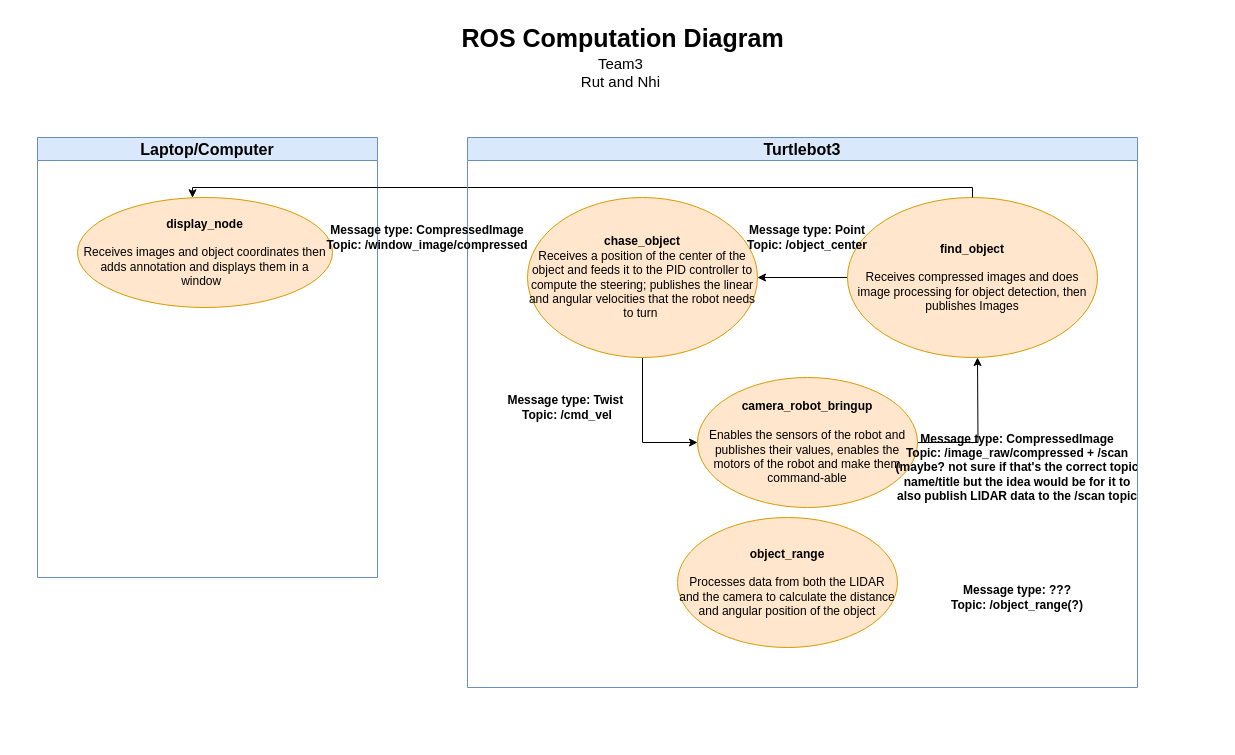
Before: Untitled Diagram.drawio in NhiNguyencmt8/RoboResearch, a draw.io diagram. Source tidied: cells renumbered, new cells numbered last; positions are measured from the earlier drawing's top-left corner, leaving out a move shared by most shapes. Both pictures are drawn from the tidied source at 100%, with x=0, y=0 at pixel (37, 17).
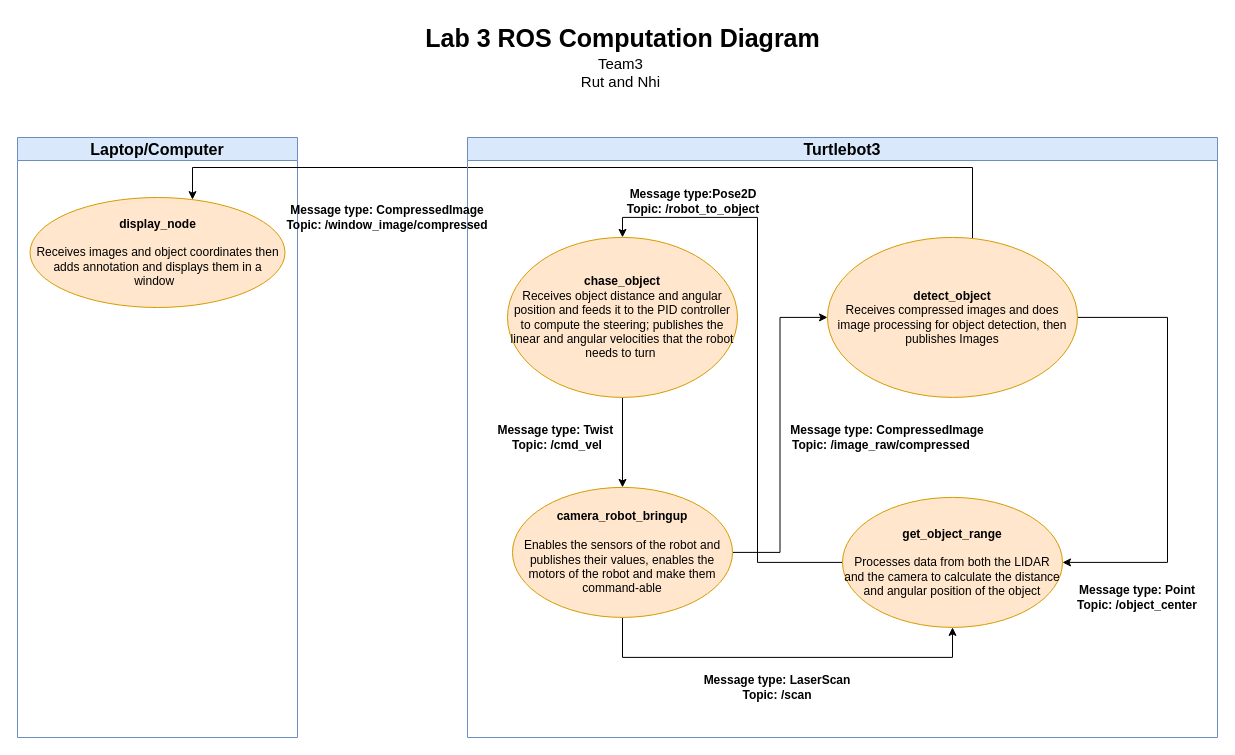
The same page after the edit.

Diff of the diagram source:
```diff
@@
     <mxCell id="2" value="Laptop/Computer" style="swimlane;whiteSpace=wrap;html=1;fillColor=#dae8fc;strokeColor=#6c8ebf;fontSize=16;" parent="1" vertex="1">
-      <mxGeometry y="120" width="340" height="440" as="geometry" />
+      <mxGeometry x="-20" y="120" width="280" height="600" as="geometry" />
     </mxCell>
     <mxCell id="3" value="&lt;div&gt;&lt;b&gt;display_node&lt;/b&gt;&lt;/div&gt;&lt;div&gt;&lt;b&gt;&lt;br&gt;&lt;/b&gt;&lt;/div&gt;&lt;div&gt;Receives images and object coordinates then adds annotation and displays them in a window&amp;nbsp;&amp;nbsp;&lt;/div&gt;" style="ellipse;whiteSpace=wrap;html=1;fillColor=#ffe6cc;strokeColor=#d79b00;" parent="2" vertex="1">
-      <mxGeometry x="40" y="60" width="255" height="110" as="geometry" />
+      <mxGeometry x="12.5" y="60" width="255" height="110" as="geometry" />
     </mxCell>
-    <mxCell id="4" style="group;" parent="1" vertex="1">
-      <mxGeometry x="450" y="170" width="650" height="320" as="geometry" />
-    </mxCell>
+    <mxCell id="14" style="edgeStyle=orthogonalEdgeStyle;rounded=0;jettySize=auto;html=1;" parent="1" edge="1" source="10" target="3">
+      <mxGeometry relative="1" as="geometry">
+        <Array as="points">
+          <mxPoint x="935" y="150" />
+          <mxPoint x="155" y="150" />
+        </Array>
+      </mxGeometry>
+    </mxCell>
+    <mxCell id="15" value="Turtlebot3" style="swimlane;whiteSpace=wrap;html=1;fillColor=#dae8fc;strokeColor=#6c8ebf;fontSize=16;" parent="1" vertex="1">
+      <mxGeometry x="430" y="120" width="750" height="600" as="geometry" />
+    </mxCell>
+    <mxCell id="21" style="edgeStyle=orthogonalEdgeStyle;rounded=0;jettySize=auto;html=1;entryX=0.5;entryY=0;entryDx=0;entryDy=0;" parent="15" edge="1" source="16" target="6">
+      <mxGeometry relative="1" as="geometry">
+        <Array as="points">
+          <mxPoint x="290" y="424.9" />
+          <mxPoint x="290" y="79.9" />
+          <mxPoint x="155" y="79.9" />
+        </Array>
+      </mxGeometry>
+    </mxCell>
+    <mxCell id="16" value="&lt;div&gt;&lt;b&gt;get_object_range&lt;/b&gt;&lt;br&gt;&lt;/div&gt;&lt;div&gt;&lt;b&gt;&lt;br&gt;&lt;/b&gt;&lt;/div&gt;&lt;div&gt; Processes data from both the LIDAR and the camera to calculate the distance and angular position of the object&lt;/div&gt;" style="ellipse;whiteSpace=wrap;html=1;fillColor=#ffe6cc;strokeColor=#d79b00;" parent="15" vertex="1">
+      <mxGeometry x="375" y="359.9" width="220" height="130" as="geometry" />
+    </mxCell>
+    <mxCell id="22" style="edgeStyle=orthogonalEdgeStyle;rounded=0;jettySize=auto;html=1;entryX=1;entryY=0.5;entryDx=0;entryDy=0;" parent="15" edge="1" source="10" target="16">
+      <mxGeometry relative="1" as="geometry">
+        <Array as="points">
+          <mxPoint x="700" y="179.9" />
+          <mxPoint x="700" y="424.9" />
+        </Array>
+      </mxGeometry>
+    </mxCell>
+    <mxCell id="12" value="Message type: Point&lt;div style=&quot;font-size: 12px;&quot;&gt;Topic: /object_center&lt;/div&gt;" style="text;html=1;align=center;verticalAlign=middle;whiteSpace=wrap;rounded=0;fontStyle=1;fontSize=12;" parent="15" vertex="1">
+      <mxGeometry x="590" y="429.9" width="160" height="60" as="geometry" />
+    </mxCell>
-    <mxCell id="5" style="edgeStyle=orthogonalEdgeStyle;rounded=0;jettySize=auto;html=1;entryX=0;entryY=0.5;entryDx=0;entryDy=0;" parent="4" edge="1" source="6" target="8">
+    <mxCell id="5" style="edgeStyle=orthogonalEdgeStyle;rounded=0;jettySize=auto;html=1;entryX=0.5;entryY=0;entryDx=0;entryDy=0;" parent="15" edge="1" source="6" target="8">
       <mxGeometry relative="1" as="geometry" />
     </mxCell>
-    <mxCell id="6" value="&lt;div&gt;&lt;b&gt;chase_object&lt;/b&gt;&lt;/div&gt;&lt;div&gt;Receives a position of the center of the object and feeds it to the PID controller to compute the steering; publishes the linear and angular velocities that the robot needs to turn&lt;span style=&quot;background-color: initial;&quot;&gt;&amp;nbsp;&lt;/span&gt;&lt;/div&gt;" style="ellipse;whiteSpace=wrap;html=1;fillColor=#ffe6cc;strokeColor=#d79b00;" parent="4" vertex="1">
-      <mxGeometry x="40" y="10" width="230" height="160" as="geometry" />
+    <mxCell id="6" value="&lt;div&gt;&lt;b&gt;chase_object&lt;/b&gt;&lt;/div&gt;&lt;div&gt;Receives object distance and angular position and feeds it to the PID controller to compute the steering; publishes the linear and angular velocities that the robot needs to turn&lt;span style=&quot;background-color: initial;&quot;&gt;&amp;nbsp;&lt;/span&gt;&lt;/div&gt;" style="ellipse;whiteSpace=wrap;html=1;fillColor=#ffe6cc;strokeColor=#d79b00;" parent="15" vertex="1">
+      <mxGeometry x="40" y="99.9" width="230" height="160" as="geometry" />
     </mxCell>
-    <mxCell id="7" style="edgeStyle=orthogonalEdgeStyle;rounded=0;jettySize=auto;html=1;" parent="4" edge="1" source="8">
-      <mxGeometry relative="1" as="geometry">
-        <mxPoint x="490" y="170" as="targetPoint" />
-      </mxGeometry>
-    </mxCell>
+    <mxCell id="23" style="edgeStyle=orthogonalEdgeStyle;rounded=0;jettySize=auto;html=1;entryX=0;entryY=0.5;entryDx=0;entryDy=0;" parent="15" edge="1" source="8" target="10">
+      <mxGeometry relative="1" as="geometry" />
+    </mxCell>
+    <mxCell id="24" style="edgeStyle=orthogonalEdgeStyle;rounded=0;jettySize=auto;html=1;entryX=0.5;entryY=1;entryDx=0;entryDy=0;" parent="15" edge="1" source="8" target="16">
+      <mxGeometry relative="1" as="geometry">
+        <Array as="points">
+          <mxPoint x="155" y="519.9" />
+          <mxPoint x="485" y="519.9" />
+        </Array>
+      </mxGeometry>
+    </mxCell>
-    <mxCell id="8" value="&lt;b&gt;camera_robot_bringup&lt;/b&gt;&lt;div&gt;&lt;br&gt;&lt;/div&gt;&lt;div&gt;Enables the sensors of the robot and publishes their values, enables the motors of the robot and make them command-able&lt;/div&gt;" style="ellipse;whiteSpace=wrap;html=1;fillColor=#ffe6cc;strokeColor=#d79b00;" parent="4" vertex="1">
-      <mxGeometry x="210" y="190" width="220" height="130" as="geometry" />
+    <mxCell id="8" value="&lt;b&gt;camera_robot_bringup&lt;/b&gt;&lt;div&gt;&lt;br&gt;&lt;/div&gt;&lt;div&gt;Enables the sensors of the robot and publishes their values, enables the motors of the robot and make them command-able&lt;/div&gt;" style="ellipse;whiteSpace=wrap;html=1;fillColor=#ffe6cc;strokeColor=#d79b00;" parent="15" vertex="1">
+      <mxGeometry x="45" y="349.9" width="220" height="130" as="geometry" />
     </mxCell>
-    <mxCell id="9" style="edgeStyle=orthogonalEdgeStyle;rounded=0;jettySize=auto;html=1;entryX=1;entryY=0.5;entryDx=0;entryDy=0;" parent="4" edge="1" source="10" target="6">
-      <mxGeometry relative="1" as="geometry" />
-    </mxCell>
-    <mxCell id="10" value="&lt;div&gt;&lt;b&gt;find_object&lt;/b&gt;&lt;/div&gt;&lt;div&gt;&lt;b&gt;&lt;br&gt;&lt;/b&gt;&lt;div&gt;Receives compressed images and does image processing for object detection, then publishes Images&lt;/div&gt;&lt;/div&gt;" style="ellipse;whiteSpace=wrap;html=1;fillColor=#ffe6cc;strokeColor=#d79b00;" parent="4" vertex="1">
-      <mxGeometry x="360" y="10" width="250" height="160" as="geometry" />
+    <mxCell id="10" value="&lt;div&gt;&lt;b&gt;detect_object&lt;/b&gt;&lt;/div&gt;&lt;div&gt;&lt;div&gt;Receives compressed images and does image processing for object detection, then publishes Images&lt;/div&gt;&lt;/div&gt;" style="ellipse;whiteSpace=wrap;html=1;fillColor=#ffe6cc;strokeColor=#d79b00;" parent="15" vertex="1">
+      <mxGeometry x="360" y="99.9" width="250" height="160" as="geometry" />
     </mxCell>
-    <mxCell id="11" value="&lt;font style=&quot;font-size: 12px;&quot;&gt;Message type: CompressedImage&lt;/font&gt;&lt;div style=&quot;font-size: 12px;&quot;&gt;&lt;font style=&quot;font-size: 12px;&quot;&gt;Topic: /image_raw/compressed + /scan (maybe? not sure if that's the correct topic name/title but the idea would be for it to also&amp;nbsp;publish LIDAR data to the /scan topic&lt;/font&gt;&lt;/div&gt;" style="text;html=1;align=center;verticalAlign=middle;whiteSpace=wrap;rounded=0;fontStyle=1;fontSize=11;spacing=-8;" parent="4" vertex="1">
-      <mxGeometry x="410" y="250" width="240" height="60" as="geometry" />
+    <mxCell id="11" value="&lt;font style=&quot;font-size: 12px;&quot;&gt;Message type: CompressedImage&lt;/font&gt;&lt;div style=&quot;font-size: 12px;&quot;&gt;&lt;font style=&quot;font-size: 12px;&quot;&gt;Topic: /image_raw/compressed &lt;span style=&quot;white-space: pre;&quot;&gt;&#9;&lt;/span&gt;&amp;nbsp;&lt;/font&gt;&lt;/div&gt;" style="text;html=1;align=center;verticalAlign=middle;whiteSpace=wrap;rounded=0;fontStyle=1;fontSize=11;spacing=-8;" parent="15" vertex="1">
+      <mxGeometry x="300" y="269.9" width="240" height="60" as="geometry" />
     </mxCell>
-    <mxCell id="12" value="Message type: Point&lt;div style=&quot;font-size: 12px;&quot;&gt;Topic: /object_center&lt;/div&gt;" style="text;html=1;align=center;verticalAlign=middle;whiteSpace=wrap;rounded=0;fontStyle=1;fontSize=12;" parent="4" vertex="1">
-      <mxGeometry x="240" y="20" width="160" height="60" as="geometry" />
-    </mxCell>
+    <mxCell id="17" value="&lt;font style=&quot;font-size: 12px;&quot;&gt;Message type: LaserScan&lt;/font&gt;&lt;div style=&quot;font-size: 12px;&quot;&gt;&lt;font style=&quot;font-size: 12px;&quot;&gt;Topic: /scan&lt;/font&gt;&lt;/div&gt;" style="text;html=1;align=center;verticalAlign=middle;whiteSpace=wrap;rounded=0;fontStyle=1;fontSize=11;spacing=-8;" parent="15" vertex="1">
+      <mxGeometry x="190" y="519.9" width="240" height="60" as="geometry" />
+    </mxCell>
+    <mxCell id="25" value="Message type: Twist&amp;nbsp;&lt;div style=&quot;font-size: 12px;&quot;&gt;&lt;span style=&quot;background-color: initial; font-size: 12px;&quot;&gt;Topic: /cmd_vel&lt;/span&gt;&lt;br style=&quot;font-size: 12px;&quot;&gt;&lt;/div&gt;" style="text;html=1;align=center;verticalAlign=middle;whiteSpace=wrap;rounded=0;fontStyle=1;fontSize=12;" parent="15" vertex="1">
+      <mxGeometry x="10" y="269.9" width="160" height="60" as="geometry" />
+    </mxCell>
-    <mxCell id="13" value="Message type: Twist&amp;nbsp;&lt;div style=&quot;font-size: 12px;&quot;&gt;&lt;span style=&quot;background-color: initial; font-size: 12px;&quot;&gt;Topic: /cmd_vel&lt;/span&gt;&lt;br style=&quot;font-size: 12px;&quot;&gt;&lt;/div&gt;" style="text;html=1;align=center;verticalAlign=middle;whiteSpace=wrap;rounded=0;fontStyle=1;fontSize=12;" parent="4" vertex="1">
-      <mxGeometry y="190" width="160" height="60" as="geometry" />
+    <mxCell id="13" value="Message type:Pose2D&lt;div style=&quot;font-size: 12px;&quot;&gt;&lt;span style=&quot;background-color: initial; font-size: 12px;&quot;&gt;Topic: /robot_to_object&lt;/span&gt;&lt;br style=&quot;font-size: 12px;&quot;&gt;&lt;/div&gt;" style="text;html=1;align=center;verticalAlign=middle;whiteSpace=wrap;rounded=0;fontStyle=1;fontSize=12;" parent="15" vertex="1">
+      <mxGeometry x="146" y="33.9" width="160" height="60" as="geometry" />
     </mxCell>
-    <mxCell id="14" style="edgeStyle=orthogonalEdgeStyle;rounded=0;jettySize=auto;html=1;" parent="1" edge="1" source="10" target="3">
-      <mxGeometry relative="1" as="geometry">
-        <Array as="points">
-          <mxPoint x="935" y="170" />
-          <mxPoint x="155" y="170" />
-        </Array>
-      </mxGeometry>
-    </mxCell>
-    <mxCell id="15" value="Turtlebot3" style="swimlane;whiteSpace=wrap;html=1;fillColor=#dae8fc;strokeColor=#6c8ebf;fontSize=16;" parent="1" vertex="1">
-      <mxGeometry x="430" y="120" width="670" height="550" as="geometry" />
-    </mxCell>
-    <mxCell id="16" value="&lt;div&gt;&lt;b&gt;object_range&lt;/b&gt;&lt;/div&gt;&lt;div&gt;&lt;b&gt;&lt;br&gt;&lt;/b&gt;&lt;/div&gt;&lt;div&gt; Processes data from both the LIDAR and the camera to calculate the distance and angular position of the object&lt;/div&gt;" style="ellipse;whiteSpace=wrap;html=1;fillColor=#ffe6cc;strokeColor=#d79b00;" parent="15" vertex="1">
-      <mxGeometry x="210" y="380" width="220" height="130" as="geometry" />
-    </mxCell>
-    <mxCell id="17" value="&lt;font style=&quot;font-size: 12px;&quot;&gt;Message type: ???&lt;/font&gt;&lt;div style=&quot;font-size: 12px;&quot;&gt;&lt;font style=&quot;font-size: 12px;&quot;&gt;Topic: /object_range(?)&lt;/font&gt;&lt;/div&gt;" style="text;html=1;align=center;verticalAlign=middle;whiteSpace=wrap;rounded=0;fontStyle=1;fontSize=11;spacing=-8;" parent="15" vertex="1">
-      <mxGeometry x="430" y="430" width="240" height="60" as="geometry" />
-    </mxCell>
-    <mxCell id="18" value="ROS Computation Diagram" style="text;html=1;align=center;verticalAlign=middle;strokeColor=none;fillColor=none;fontStyle=1;fontSize=25;" parent="1" vertex="1">
-      <mxGeometry x="420" width="330" height="40" as="geometry" />
+    <mxCell id="18" value="Lab 3 ROS Computation Diagram" style="text;html=1;align=center;verticalAlign=middle;strokeColor=none;fillColor=none;fontStyle=1;fontSize=25;" parent="1" vertex="1">
+      <mxGeometry x="385" width="400" height="40" as="geometry" />
     </mxCell>
@@
     <mxCell id="20" value="&lt;font style=&quot;font-size: 12px;&quot;&gt;Message type: CompressedImage&lt;/font&gt;&lt;div style=&quot;font-size: 12px;&quot;&gt;&lt;font style=&quot;font-size: 12px;&quot;&gt;Topic: /window_image/compressed&lt;/font&gt;&lt;/div&gt;" style="text;html=1;align=center;verticalAlign=middle;whiteSpace=wrap;rounded=0;fontStyle=1;fontSize=12;spacing=-8;" parent="1" vertex="1">
-      <mxGeometry x="270" y="190" width="240" height="60" as="geometry" />
+      <mxGeometry x="230" y="170" width="240" height="60" as="geometry" />
     </mxCell>
```
